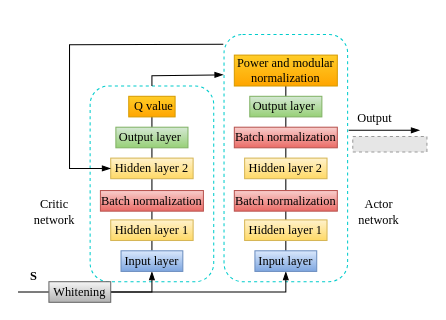
The draw.io diagram DNN.drawio in gougemidi/xiao, before the edit. Source tidied: cells renumbered, new cells numbered last; positions are measured from the earlier drawing's top-left corner, leaving out a move shared by most shapes. Both pictures are drawn from the tidied source at 103%, with x=0, y=0 at pixel (18, 34). Pictures stored in the file or linked from it are replaced by grey dashed boxes.
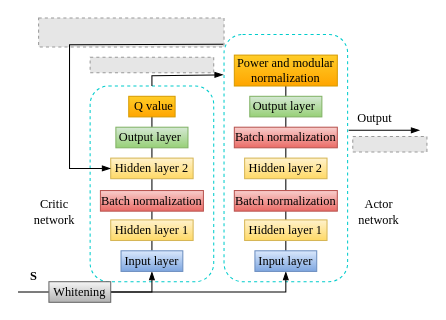
After the change.

What changed in the source:
```diff
@@
+    <mxCell id="40" style="fillColor=#E6E6E6;strokeColor=#999999;dashed=1;verticalLabelPosition=bottom;labelBackgroundColor=default;verticalAlign=top;" parent="1" vertex="1">
+      <mxGeometry x="20" y="-16" width="180" height="28.1" as="geometry" />
+    </mxCell>
@@
+    <mxCell id="41" style="fillColor=#E6E6E6;strokeColor=#999999;dashed=1;verticalLabelPosition=bottom;labelBackgroundColor=default;verticalAlign=top;" parent="1" vertex="1">
+      <mxGeometry x="70" y="22" width="120" height="15.1" as="geometry" />
+    </mxCell>
```
